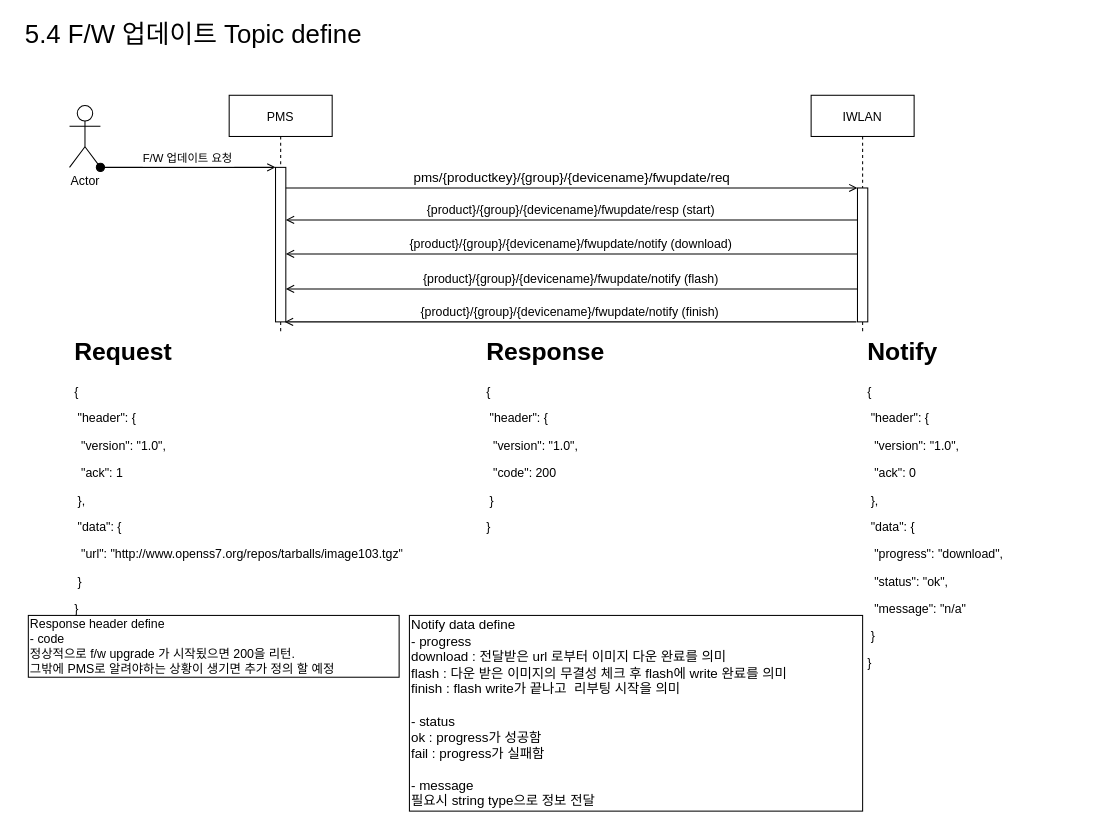
The draw.io diagram page "5.4 F/W 업데이트 Topic define" (2 of 2) of s-project-ota.drawio in carnavi-jskim/draw.io, before the edit. Source tidied: cells renumbered, new cells numbered last; positions are measured from the earlier drawing's top-left corner, leaving out a move shared by most shapes. Both pictures are drawn from the tidied source at 103%, with x=0, y=0 at pixel (18, 23).
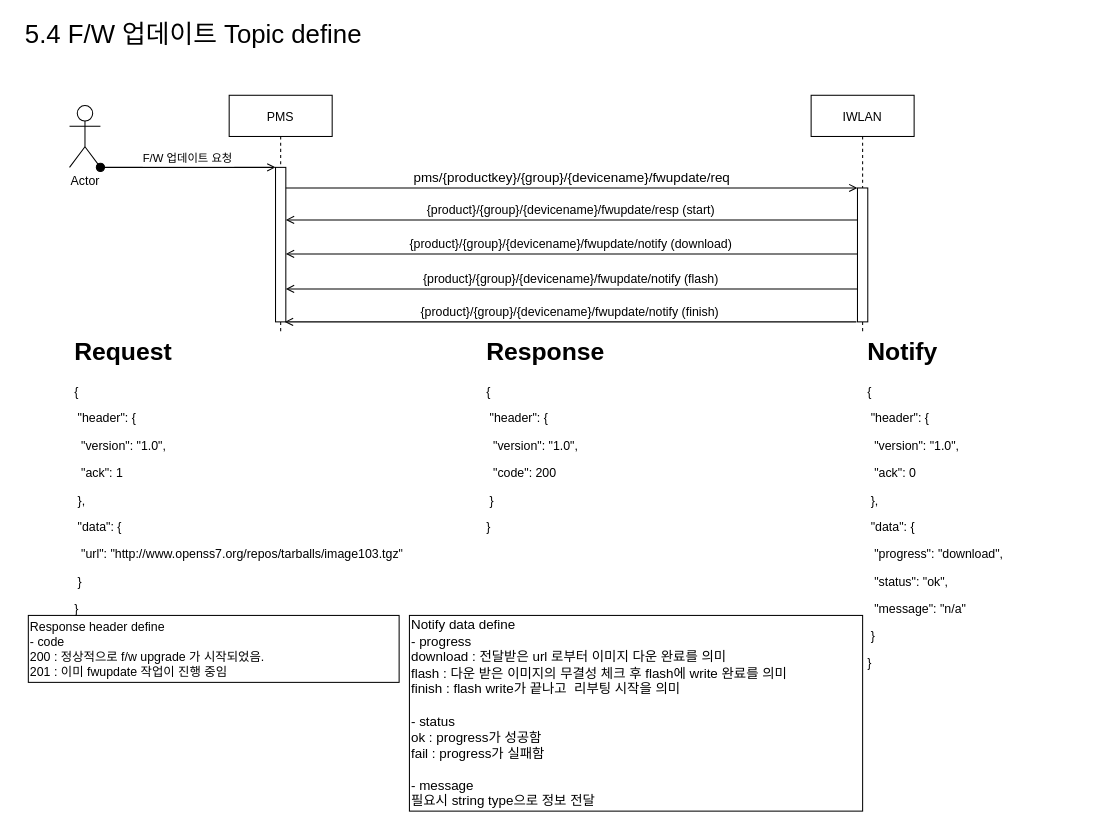
The same diagram, later.

Commit message (it also covers changes not shown here):
f/w update response code 추가(201)

Change to the diagram source:
```diff
@@
-    <mxCell id="18" value="Response header define&lt;br&gt;- code&lt;br&gt;정상적으로 f/w upgrade 가 시작됬으면 200을 리턴.&lt;br&gt;그밖에 PMS로 알려야하는 상황이 생기면 추가 정의 할 예정" style="rounded=0;whiteSpace=wrap;html=1;align=left;" parent="1" vertex="1">
-      <mxGeometry x="10" y="575" width="360" height="60" as="geometry" />
+    <mxCell id="18" value="Response header define&lt;br&gt;- code&lt;br&gt;200 : 정상적으로 f/w upgrade 가 시작되었음.&lt;br&gt;201 : 이미 fwupdate 작업이 진행 중임" style="rounded=0;whiteSpace=wrap;html=1;align=left;" parent="1" vertex="1">
+      <mxGeometry x="10" y="575" width="360" height="65" as="geometry" />
     </mxCell>
```
